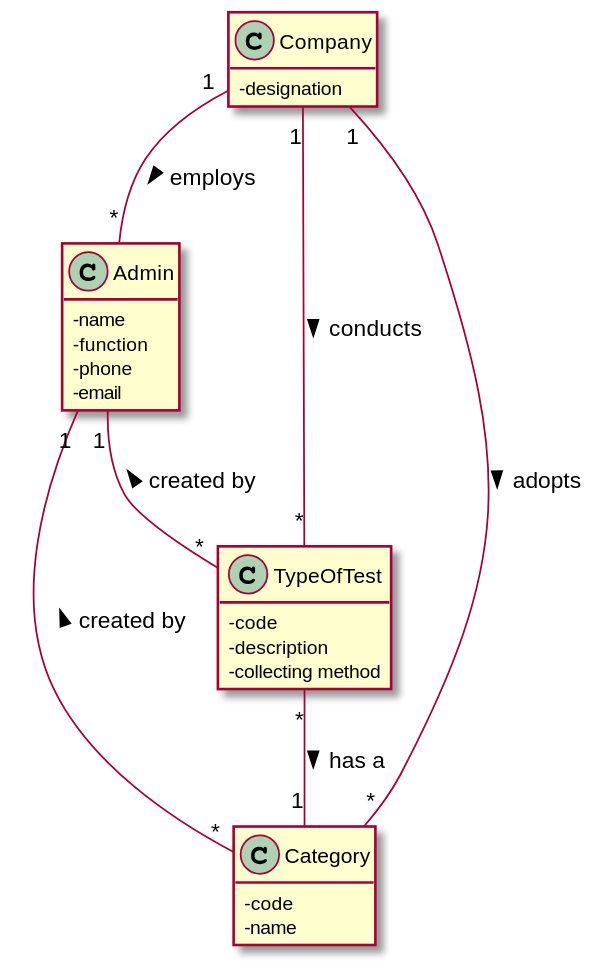
Above: docs/SprintC/US9/UC9_MD.svg in GuilhermeCunha79/lapr2 (PlantUML), before the change.
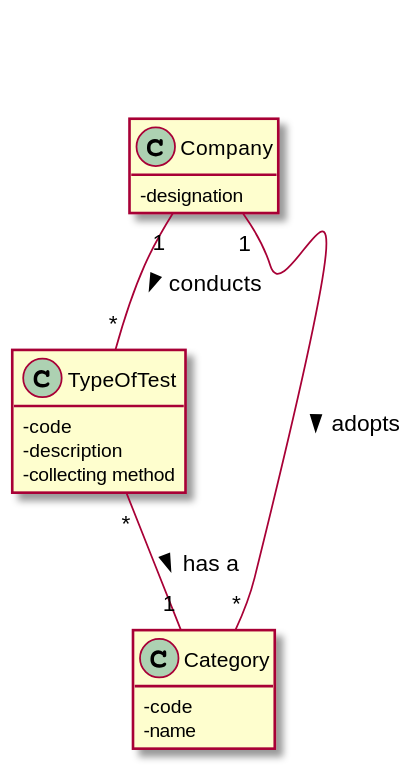
The same diagram one commit later.

Commit message:
[US9] Restructuring of md, domain model and SD diagram

What changed in the source:
```diff
@@ -3,12 +3,10 @@
 skinparam classAttributeIconSize 0
 
 
-Company"1" -- "*"Admin :> employs
+
 Company"1" -- "*"TypeOfTest:> conducts
 Company"1" -- "*"Category :> adopts
-Admin"1" -- "*"TypeOfTest :< created by
 TypeOfTest"*" -- "1"Category :> has a
-Admin"1" -- "*"Category :< created by
 
 class TypeOfTest{
 -code
@@ -16,12 +14,6 @@
 -collecting method
 }
 
-class Admin{
-  -name
-  -function
-  -phone
-  -email
-}
 
 class Company{
 -designation
```
